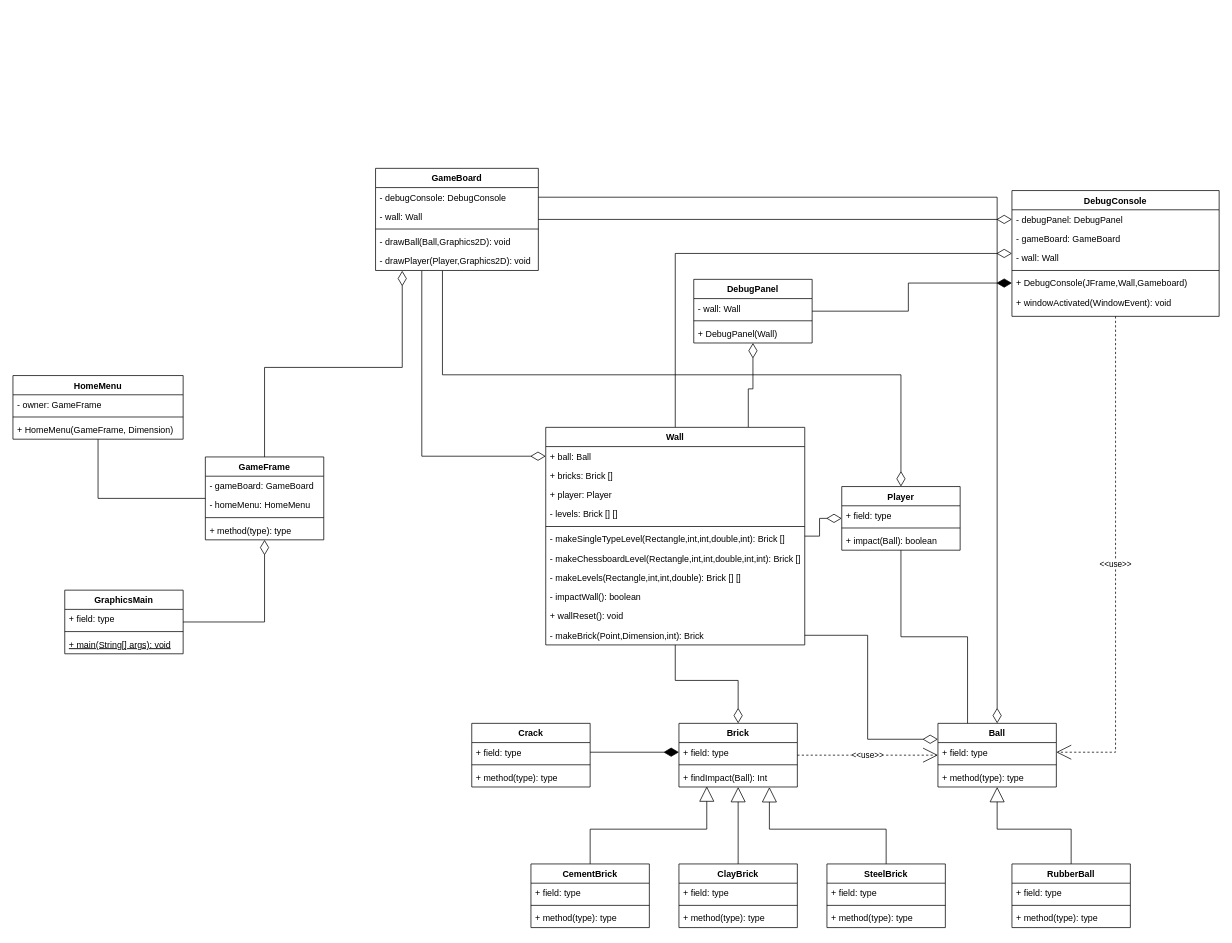
The draw.io diagram Brick_Destroy - Initial Class Diagram.drawio in GabH123/COMP2042_CW_GabrielHohChaoJie, before the edit. Source tidied: cells renumbered, new cells numbered last; positions are measured from the earlier drawing's top-left corner, leaving out a move shared by most shapes. Both pictures are drawn from the tidied source at 74%, with x=0, y=0 at pixel (13, 168).
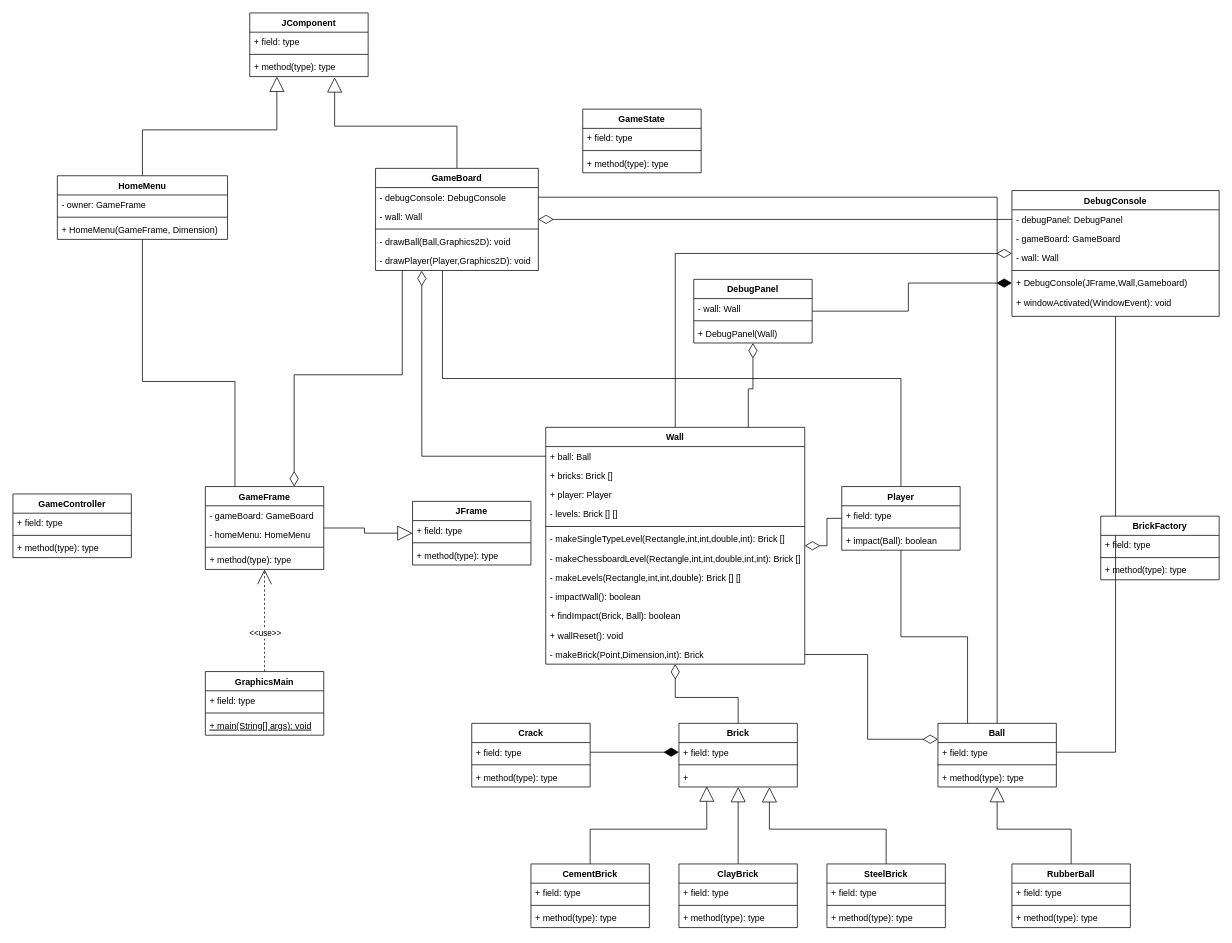
After the change.

Unchanged cells that the change refers to:
```xml
<mxCell id="2" value="Ball" style="swimlane;fontStyle=1;align=center;verticalAlign=top;horizontal=1;startSize=26;" parent="1" vertex="1">
  <mxGeometry x="1250" y="750" width="160" height="86" as="geometry" />
</mxCell>
<mxCell id="3" value="+ field: type" style="text;strokeColor=none;fillColor=none;align=left;verticalAlign=top;spacingLeft=4;spacingRight=4;overflow=hidden;points=[[0,0.5],[1,0.5]];portConstraint=eastwest;" parent="2" vertex="1">
  <mxGeometry y="26" width="160" height="26" as="geometry" />
</mxCell>
<mxCell id="7" value="Brick" style="swimlane;fontStyle=1;align=center;verticalAlign=top;horizontal=1;startSize=26;" parent="1" vertex="1">
  <mxGeometry x="900" y="750" width="160" height="86" as="geometry" />
</mxCell>
<mxCell id="34" value="DebugConsole" style="swimlane;fontStyle=1;align=center;verticalAlign=top;horizontal=1;startSize=26;" parent="1" vertex="1">
  <mxGeometry x="1350" y="30" width="280" height="170" as="geometry" />
</mxCell>
<mxCell id="35" value="- debugPanel: DebugPanel" style="text;strokeColor=none;fillColor=none;align=left;verticalAlign=top;spacingLeft=4;spacingRight=4;overflow=hidden;points=[[0,0.5],[1,0.5]];portConstraint=eastwest;" parent="34" vertex="1">
  <mxGeometry y="26" width="280" height="26" as="geometry" />
</mxCell>
<mxCell id="48" value="GameBoard" style="swimlane;fontStyle=1;align=center;verticalAlign=top;horizontal=1;startSize=26;" parent="1" vertex="1">
  <mxGeometry x="490" width="220" height="138" as="geometry" />
</mxCell>
<mxCell id="49" value="- debugConsole: DebugConsole" style="text;strokeColor=none;fillColor=none;align=left;verticalAlign=top;spacingLeft=4;spacingRight=4;overflow=hidden;points=[[0,0.5],[1,0.5]];portConstraint=eastwest;" parent="48" vertex="1">
  <mxGeometry y="26" width="220" height="26" as="geometry" />
</mxCell>
<mxCell id="53" value="- drawPlayer(Player,Graphics2D): void" style="text;strokeColor=none;fillColor=none;align=left;verticalAlign=top;spacingLeft=4;spacingRight=4;overflow=hidden;points=[[0,0.5],[1,0.5]];portConstraint=eastwest;" parent="48" vertex="1">
  <mxGeometry y="112" width="220" height="26" as="geometry" />
</mxCell>
<mxCell id="57" value="+ ball: Ball" style="text;strokeColor=none;fillColor=none;align=left;verticalAlign=top;spacingLeft=4;spacingRight=4;overflow=hidden;points=[[0,0.5],[1,0.5]];portConstraint=eastwest;" parent="56" vertex="1">
  <mxGeometry y="26" width="350" height="26" as="geometry" />
</mxCell>
<mxCell id="70" value="Player" style="swimlane;fontStyle=1;align=center;verticalAlign=top;horizontal=1;startSize=26;" parent="1" vertex="1">
  <mxGeometry x="1120" y="430" width="160" height="86" as="geometry" />
</mxCell>
```

Change to the diagram source:
```diff
@@
-    <mxCell id="6" value="&amp;lt;&amp;lt;use&amp;gt;&amp;gt;" style="edgeStyle=orthogonalEdgeStyle;rounded=0;jettySize=auto;html=1;endArrow=open;endFill=0;endSize=18;strokeWidth=1;startArrow=none;startFill=0;startSize=18;dashed=1;" parent="1" edge="1" source="7" target="2">
-      <mxGeometry relative="1" as="geometry" />
-    </mxCell>
@@
-    <mxCell id="10" value="+ findImpact(Ball): Int" style="text;strokeColor=none;fillColor=none;align=left;verticalAlign=top;spacingLeft=4;spacingRight=4;overflow=hidden;points=[[0,0.5],[1,0.5]];portConstraint=eastwest;" parent="7" vertex="1">
+    <mxCell id="10" value="+" style="text;strokeColor=none;fillColor=none;align=left;verticalAlign=top;spacingLeft=4;spacingRight=4;overflow=hidden;points=[[0,0.5],[1,0.5]];portConstraint=eastwest;" parent="7" vertex="1">
       <mxGeometry y="60" width="160" height="26" as="geometry" />
     </mxCell>
@@
-    <mxCell id="32" style="edgeStyle=orthogonalEdgeStyle;rounded=0;jettySize=auto;html=1;endArrow=none;endFill=0;endSize=18;exitX=0;exitY=0.5;exitDx=0;exitDy=0;startArrow=diamondThin;startFill=0;startSize=18;" parent="1" edge="1" source="35" target="48">
+    <mxCell id="32" style="edgeStyle=orthogonalEdgeStyle;rounded=0;jettySize=auto;html=1;endArrow=diamondThin;endFill=0;endSize=18;exitX=0;exitY=0.5;exitDx=0;exitDy=0;startArrow=none;startFill=0;startSize=18;" parent="1" edge="1" source="35" target="48">
       <mxGeometry relative="1" as="geometry" />
     </mxCell>
-    <mxCell id="33" value="&amp;lt;&amp;lt;use&amp;gt;&amp;gt;" style="edgeStyle=orthogonalEdgeStyle;rounded=0;jettySize=auto;html=1;entryX=1;entryY=0.5;entryDx=0;entryDy=0;dashed=1;startArrow=none;startFill=0;endArrow=open;endFill=0;startSize=18;endSize=18;" parent="1" edge="1" source="34" target="3">
+    <mxCell id="33" style="edgeStyle=orthogonalEdgeStyle;rounded=0;jettySize=auto;html=1;entryX=1;entryY=0.5;entryDx=0;entryDy=0;startArrow=none;startFill=0;endArrow=none;endFill=0;startSize=18;endSize=18;" parent="1" edge="1" source="34" target="3">
       <mxGeometry relative="1" as="geometry" />
     </mxCell>
@@
-    <mxCell id="46" style="edgeStyle=orthogonalEdgeStyle;rounded=0;jettySize=auto;html=1;endArrow=diamondThin;endFill=0;endSize=18;exitX=0.411;exitY=1.015;exitDx=0;exitDy=0;exitPerimeter=0;" parent="1" edge="1" source="53" target="70">
+    <mxCell id="46" style="edgeStyle=orthogonalEdgeStyle;rounded=0;jettySize=auto;html=1;endArrow=none;endFill=0;endSize=18;exitX=0.411;exitY=1.015;exitDx=0;exitDy=0;exitPerimeter=0;" parent="1" edge="1" source="53" target="70">
       <mxGeometry relative="1" as="geometry" />
     </mxCell>
-    <mxCell id="47" style="edgeStyle=orthogonalEdgeStyle;rounded=0;jettySize=auto;html=1;entryX=0;entryY=0.5;entryDx=0;entryDy=0;endArrow=diamondThin;endFill=0;endSize=18;exitX=0.284;exitY=1.015;exitDx=0;exitDy=0;exitPerimeter=0;" parent="1" edge="1" source="53" target="57">
+    <mxCell id="47" style="edgeStyle=orthogonalEdgeStyle;rounded=0;jettySize=auto;html=1;entryX=0;entryY=0.5;entryDx=0;entryDy=0;endArrow=none;endFill=0;endSize=18;exitX=0.284;exitY=1.015;exitDx=0;exitDy=0;exitPerimeter=0;startArrow=diamondThin;startFill=0;startSize=18;" parent="1" edge="1" source="53" target="57">
       <mxGeometry relative="1" as="geometry" />
     </mxCell>
+    <mxCell id="97" style="edgeStyle=orthogonalEdgeStyle;rounded=0;jettySize=auto;html=1;entryX=0.717;entryY=1.036;entryDx=0;entryDy=0;entryPerimeter=0;startArrow=none;startFill=0;endArrow=block;endFill=0;startSize=18;endSize=18;" parent="1" edge="1" source="48" target="108">
+      <mxGeometry relative="1" as="geometry" />
+    </mxCell>
@@
-    <mxCell id="54" style="edgeStyle=orthogonalEdgeStyle;rounded=0;jettySize=auto;html=1;entryX=0.5;entryY=0;entryDx=0;entryDy=0;endArrow=diamondThin;endFill=0;endSize=18;" parent="1" edge="1" source="56" target="7">
+    <mxCell id="54" style="edgeStyle=orthogonalEdgeStyle;rounded=0;jettySize=auto;html=1;entryX=0.5;entryY=0;entryDx=0;entryDy=0;endArrow=none;endFill=0;endSize=18;startArrow=diamondThin;startFill=0;startSize=18;" parent="1" edge="1" source="56" target="7">
       <mxGeometry relative="1" as="geometry" />
     </mxCell>
-    <mxCell id="55" style="edgeStyle=orthogonalEdgeStyle;rounded=0;jettySize=auto;html=1;endArrow=diamondThin;endFill=0;endSize=18;" parent="1" edge="1" source="56" target="70">
+    <mxCell id="55" style="edgeStyle=orthogonalEdgeStyle;rounded=0;jettySize=auto;html=1;endArrow=none;endFill=0;endSize=18;startArrow=diamondThin;startFill=0;startSize=18;" parent="1" edge="1" source="56" target="70">
       <mxGeometry relative="1" as="geometry" />
     </mxCell>
     <mxCell id="56" value="Wall" style="swimlane;fontStyle=1;align=center;verticalAlign=top;horizontal=1;startSize=26;" parent="1" vertex="1">
-      <mxGeometry x="720" y="350" width="350" height="294" as="geometry" />
+      <mxGeometry x="720" y="350" width="350" height="320" as="geometry" />
     </mxCell>
@@
+    <mxCell id="98" value="+ findImpact(Brick, Ball): boolean" style="text;strokeColor=none;fillColor=none;align=left;verticalAlign=top;spacingLeft=4;spacingRight=4;overflow=hidden;" parent="56" vertex="1">
+      <mxGeometry y="242" width="350" height="26" as="geometry" />
+    </mxCell>
     <mxCell id="66" value="+ wallReset(): void" style="text;strokeColor=none;fillColor=none;align=left;verticalAlign=top;spacingLeft=4;spacingRight=4;overflow=hidden;" parent="56" vertex="1">
-      <mxGeometry y="242" width="350" height="26" as="geometry" />
+      <mxGeometry y="268" width="350" height="26" as="geometry" />
     </mxCell>
     <mxCell id="67" value="- makeBrick(Point,Dimension,int): Brick" style="text;strokeColor=none;fillColor=none;align=left;verticalAlign=top;spacingLeft=4;spacingRight=4;overflow=hidden;points=[[0,0.5],[1,0.5]];portConstraint=eastwest;" parent="56" vertex="1">
-      <mxGeometry y="268" width="350" height="26" as="geometry" />
+      <mxGeometry y="294" width="350" height="26" as="geometry" />
     </mxCell>
@@
     <mxCell id="74" style="edgeStyle=orthogonalEdgeStyle;rounded=0;jettySize=auto;html=1;endArrow=none;endFill=0;endSize=18;" parent="1" edge="1" source="76" target="81">
-      <mxGeometry relative="1" as="geometry" />
+      <mxGeometry relative="1" as="geometry">
+        <Array as="points">
+          <mxPoint x="300" y="288" />
+          <mxPoint x="175" y="288" />
+        </Array>
+      </mxGeometry>
     </mxCell>
-    <mxCell id="75" style="edgeStyle=orthogonalEdgeStyle;rounded=0;jettySize=auto;html=1;endArrow=diamondThin;endFill=0;endSize=18;entryX=0.164;entryY=1.015;entryDx=0;entryDy=0;entryPerimeter=0;" parent="1" edge="1" source="76" target="53">
-      <mxGeometry relative="1" as="geometry" />
+    <mxCell id="75" style="edgeStyle=orthogonalEdgeStyle;rounded=0;jettySize=auto;html=1;endArrow=none;endFill=0;endSize=18;entryX=0.164;entryY=1.015;entryDx=0;entryDy=0;entryPerimeter=0;startArrow=diamondThin;startFill=0;startSize=18;" parent="1" edge="1" source="76" target="53">
+      <mxGeometry relative="1" as="geometry">
+        <Array as="points">
+          <mxPoint x="380" y="279" />
+          <mxPoint x="526" y="279" />
+        </Array>
+      </mxGeometry>
     </mxCell>
+    <mxCell id="99" style="edgeStyle=orthogonalEdgeStyle;rounded=0;jettySize=auto;html=1;startArrow=none;startFill=0;endArrow=block;endFill=0;startSize=18;endSize=18;" parent="1" edge="1" source="76" target="101">
+      <mxGeometry relative="1" as="geometry" />
+    </mxCell>
     <mxCell id="76" value="GameFrame" style="swimlane;fontStyle=1;align=center;verticalAlign=top;horizontal=1;startSize=26;" parent="1" vertex="1">
-      <mxGeometry x="260" y="390" width="160" height="112" as="geometry" />
+      <mxGeometry x="260" y="430" width="160" height="112" as="geometry" />
     </mxCell>
@@
+    <mxCell id="100" style="edgeStyle=orthogonalEdgeStyle;rounded=0;jettySize=auto;html=1;entryX=0.229;entryY=1;entryDx=0;entryDy=0;entryPerimeter=0;startArrow=none;startFill=0;endArrow=block;endFill=0;startSize=18;endSize=18;" parent="1" edge="1" source="81" target="108">
+      <mxGeometry relative="1" as="geometry" />
+    </mxCell>
     <mxCell id="81" value="HomeMenu" style="swimlane;fontStyle=1;align=center;verticalAlign=top;horizontal=1;startSize=26;" parent="1" vertex="1">
-      <mxGeometry y="280" width="230" height="86" as="geometry" />
+      <mxGeometry x="60" y="10" width="230" height="86" as="geometry" />
     </mxCell>
@@
-    <mxCell id="85" style="edgeStyle=orthogonalEdgeStyle;rounded=0;jettySize=auto;html=1;endArrow=diamondThin;endFill=0;endSize=18;" parent="1" edge="1" source="86" target="76">
+    <mxCell id="85" style="edgeStyle=orthogonalEdgeStyle;rounded=0;jettySize=auto;html=1;endArrow=open;endFill=0;endSize=18;dashed=1;" parent="1" edge="1" source="86" target="76">
       <mxGeometry relative="1" as="geometry" />
     </mxCell>
+    <mxCell id="6" value="&amp;lt;&amp;lt;use&amp;gt;&amp;gt;" style="edgeLabel;html=1;align=center;verticalAlign=middle;" parent="85" vertex="1">
+      <mxGeometry x="-0.25" relative="1" as="geometry" />
+    </mxCell>
     <mxCell id="86" value="GraphicsMain" style="swimlane;fontStyle=1;align=center;verticalAlign=top;horizontal=1;startSize=26;" parent="1" vertex="1">
-      <mxGeometry x="70" y="570" width="160" height="86" as="geometry" />
+      <mxGeometry x="260" y="680" width="160" height="86" as="geometry" />
     </mxCell>
@@
-    <mxCell id="95" style="edgeStyle=orthogonalEdgeStyle;rounded=0;jettySize=auto;html=1;exitX=1;exitY=0.5;exitDx=0;exitDy=0;entryX=0;entryY=0.25;entryDx=0;entryDy=0;endArrow=diamondThin;endFill=0;endSize=18;" parent="1" edge="1" source="67" target="2">
+    <mxCell id="95" style="edgeStyle=orthogonalEdgeStyle;rounded=0;jettySize=auto;html=1;exitX=1;exitY=0.5;exitDx=0;exitDy=0;entryX=0;entryY=0.25;entryDx=0;entryDy=0;endArrow=diamondThin;endFill=0;endSize=18;startArrow=none;startFill=0;" parent="1" edge="1" source="67" target="2">
       <mxGeometry relative="1" as="geometry" />
     </mxCell>
-    <mxCell id="96" style="edgeStyle=orthogonalEdgeStyle;rounded=0;jettySize=auto;html=1;entryX=0.5;entryY=0;entryDx=0;entryDy=0;endArrow=diamondThin;endFill=0;endSize=18;" parent="1" edge="1" source="49" target="2">
+    <mxCell id="96" style="edgeStyle=orthogonalEdgeStyle;rounded=0;jettySize=auto;html=1;entryX=0.5;entryY=0;entryDx=0;entryDy=0;endArrow=none;endFill=0;endSize=18;" parent="1" edge="1" source="49" target="2">
       <mxGeometry relative="1" as="geometry" />
     </mxCell>
+    <mxCell id="101" value="JFrame" style="swimlane;fontStyle=1;align=center;verticalAlign=top;horizontal=1;startSize=26;" parent="1" vertex="1">
+      <mxGeometry x="540" y="450" width="160" height="86" as="geometry" />
+    </mxCell>
+    <mxCell id="102" value="+ field: type" style="text;strokeColor=none;fillColor=none;align=left;verticalAlign=top;spacingLeft=4;spacingRight=4;overflow=hidden;" parent="101" vertex="1">
+      <mxGeometry y="26" width="160" height="26" as="geometry" />
+    </mxCell>
+    <mxCell id="103" style="line;strokeWidth=1;fillColor=none;align=left;verticalAlign=middle;spacingTop=-1;spacingLeft=3;spacingRight=3;labelPosition=right;" parent="101" vertex="1">
+      <mxGeometry y="52" width="160" height="8" as="geometry" />
+    </mxCell>
+    <mxCell id="104" value="+ method(type): type" style="text;strokeColor=none;fillColor=none;align=left;verticalAlign=top;spacingLeft=4;spacingRight=4;overflow=hidden;" parent="101" vertex="1">
+      <mxGeometry y="60" width="160" height="26" as="geometry" />
+    </mxCell>
+    <mxCell id="105" value="JComponent" style="swimlane;fontStyle=1;align=center;verticalAlign=top;horizontal=1;startSize=26;" parent="1" vertex="1">
+      <mxGeometry x="320" y="-210" width="160" height="86" as="geometry" />
+    </mxCell>
+    <mxCell id="106" value="+ field: type" style="text;strokeColor=none;fillColor=none;align=left;verticalAlign=top;spacingLeft=4;spacingRight=4;overflow=hidden;" parent="105" vertex="1">
+      <mxGeometry y="26" width="160" height="26" as="geometry" />
+    </mxCell>
+    <mxCell id="107" style="line;strokeWidth=1;fillColor=none;align=left;verticalAlign=middle;spacingTop=-1;spacingLeft=3;spacingRight=3;labelPosition=right;" parent="105" vertex="1">
+      <mxGeometry y="52" width="160" height="8" as="geometry" />
+    </mxCell>
+    <mxCell id="108" value="+ method(type): type" style="text;strokeColor=none;fillColor=none;align=left;verticalAlign=top;spacingLeft=4;spacingRight=4;overflow=hidden;points=[[0,0.5],[1,0.5]];portConstraint=eastwest;" parent="105" vertex="1">
+      <mxGeometry y="60" width="160" height="26" as="geometry" />
+    </mxCell>
+    <mxCell id="109" value="GameController" style="swimlane;fontStyle=1;align=center;verticalAlign=top;horizontal=1;startSize=26;" parent="1" vertex="1">
+      <mxGeometry y="440" width="160" height="86" as="geometry" />
+    </mxCell>
+    <mxCell id="110" value="+ field: type" style="text;strokeColor=none;fillColor=none;align=left;verticalAlign=top;spacingLeft=4;spacingRight=4;overflow=hidden;" parent="109" vertex="1">
+      <mxGeometry y="26" width="160" height="26" as="geometry" />
+    </mxCell>
+    <mxCell id="111" style="line;strokeWidth=1;fillColor=none;align=left;verticalAlign=middle;spacingTop=-1;spacingLeft=3;spacingRight=3;labelPosition=right;" parent="109" vertex="1">
+      <mxGeometry y="52" width="160" height="8" as="geometry" />
+    </mxCell>
+    <mxCell id="112" value="+ method(type): type" style="text;strokeColor=none;fillColor=none;align=left;verticalAlign=top;spacingLeft=4;spacingRight=4;overflow=hidden;" parent="109" vertex="1">
+      <mxGeometry y="60" width="160" height="26" as="geometry" />
+    </mxCell>
+    <mxCell id="113" value="GameState" style="swimlane;fontStyle=1;align=center;verticalAlign=top;horizontal=1;startSize=26;" parent="1" vertex="1">
+      <mxGeometry x="770" y="-80" width="160" height="86" as="geometry" />
+    </mxCell>
+    <mxCell id="114" value="+ field: type" style="text;strokeColor=none;fillColor=none;align=left;verticalAlign=top;spacingLeft=4;spacingRight=4;overflow=hidden;" parent="113" vertex="1">
+      <mxGeometry y="26" width="160" height="26" as="geometry" />
+    </mxCell>
+    <mxCell id="115" style="line;strokeWidth=1;fillColor=none;align=left;verticalAlign=middle;spacingTop=-1;spacingLeft=3;spacingRight=3;labelPosition=right;" parent="113" vertex="1">
+      <mxGeometry y="52" width="160" height="8" as="geometry" />
+    </mxCell>
+    <mxCell id="116" value="+ method(type): type" style="text;strokeColor=none;fillColor=none;align=left;verticalAlign=top;spacingLeft=4;spacingRight=4;overflow=hidden;" parent="113" vertex="1">
+      <mxGeometry y="60" width="160" height="26" as="geometry" />
+    </mxCell>
+    <mxCell id="117" value="BrickFactory" style="swimlane;fontStyle=1;align=center;verticalAlign=top;horizontal=1;startSize=26;" parent="1" vertex="1">
+      <mxGeometry x="1470" y="470" width="160" height="86" as="geometry" />
+    </mxCell>
+    <mxCell id="118" value="+ field: type" style="text;strokeColor=none;fillColor=none;align=left;verticalAlign=top;spacingLeft=4;spacingRight=4;overflow=hidden;" parent="117" vertex="1">
+      <mxGeometry y="26" width="160" height="26" as="geometry" />
+    </mxCell>
+    <mxCell id="119" style="line;strokeWidth=1;fillColor=none;align=left;verticalAlign=middle;spacingTop=-1;spacingLeft=3;spacingRight=3;labelPosition=right;" parent="117" vertex="1">
+      <mxGeometry y="52" width="160" height="8" as="geometry" />
+    </mxCell>
+    <mxCell id="120" value="+ method(type): type" style="text;strokeColor=none;fillColor=none;align=left;verticalAlign=top;spacingLeft=4;spacingRight=4;overflow=hidden;" parent="117" vertex="1">
+      <mxGeometry y="60" width="160" height="26" as="geometry" />
+    </mxCell>
```
